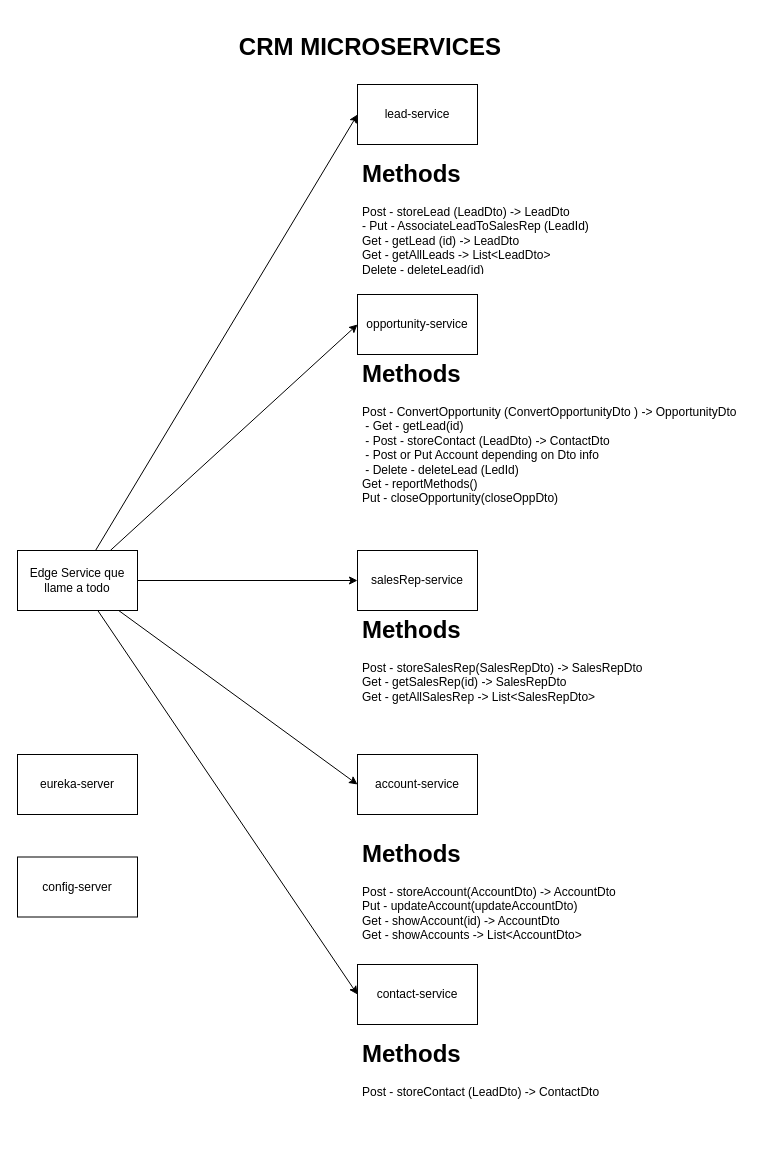
This is Diagrams/microservices-diagram.drawio from AngelSerranone/emof-crm-microservices, a draw.io file, before an edit. Source tidied: cells renumbered, new cells numbered last; positions are measured from the earlier drawing's top-left corner, leaving out a move shared by most shapes. Both pictures are drawn from the tidied source at 100%, with x=0, y=0 at pixel (17, 44).
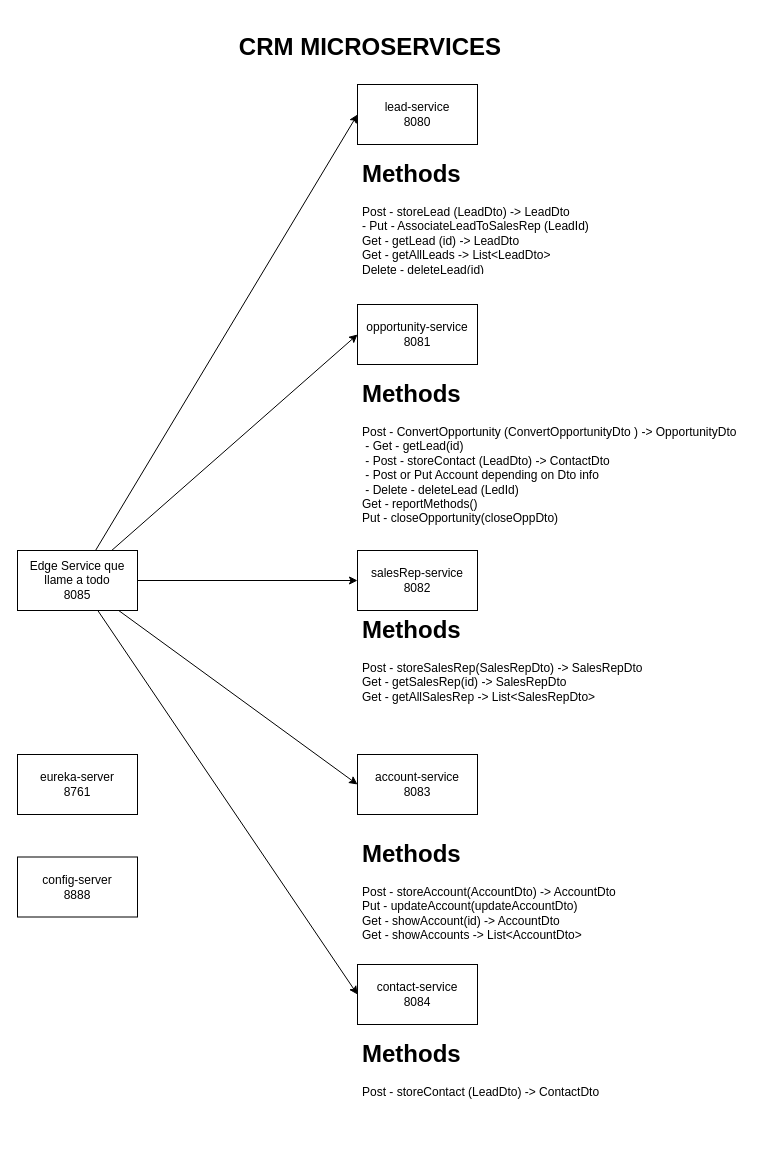
The same page after the edit.

What changed in the source:
```diff
@@
-    <mxCell id="8" value="Edge Service que llame a todo" style="rounded=0;whiteSpace=wrap;html=1;" parent="1" vertex="1">
+    <mxCell id="8" value="Edge Service que llame a todo&lt;br&gt;8085" style="rounded=0;whiteSpace=wrap;html=1;" parent="1" vertex="1">
       <mxGeometry y="506" width="120" height="60" as="geometry" />
     </mxCell>
-    <mxCell id="9" value="lead-service" style="rounded=0;whiteSpace=wrap;html=1;" parent="1" vertex="1">
+    <mxCell id="9" value="lead-service&lt;br&gt;8080" style="rounded=0;whiteSpace=wrap;html=1;" parent="1" vertex="1">
       <mxGeometry x="340" y="40" width="120" height="60" as="geometry" />
     </mxCell>
-    <mxCell id="10" value="opportunity-service" style="rounded=0;whiteSpace=wrap;html=1;" parent="1" vertex="1">
-      <mxGeometry x="340" y="250" width="120" height="60" as="geometry" />
+    <mxCell id="10" value="opportunity-service&lt;br&gt;8081" style="rounded=0;whiteSpace=wrap;html=1;" parent="1" vertex="1">
+      <mxGeometry x="340" y="260" width="120" height="60" as="geometry" />
     </mxCell>
-    <mxCell id="11" value="salesRep-service" style="rounded=0;whiteSpace=wrap;html=1;" parent="1" vertex="1">
+    <mxCell id="11" value="salesRep-service&lt;br&gt;8082" style="rounded=0;whiteSpace=wrap;html=1;" parent="1" vertex="1">
       <mxGeometry x="340" y="506" width="120" height="60" as="geometry" />
     </mxCell>
-    <mxCell id="12" value="contact-service" style="rounded=0;whiteSpace=wrap;html=1;" parent="1" vertex="1">
+    <mxCell id="12" value="contact-service&lt;br&gt;8084" style="rounded=0;whiteSpace=wrap;html=1;" parent="1" vertex="1">
       <mxGeometry x="340" y="920" width="120" height="60" as="geometry" />
     </mxCell>
-    <mxCell id="13" value="account-service" style="rounded=0;whiteSpace=wrap;html=1;" parent="1" vertex="1">
+    <mxCell id="13" value="account-service&lt;br&gt;8083" style="rounded=0;whiteSpace=wrap;html=1;" parent="1" vertex="1">
       <mxGeometry x="340" y="710" width="120" height="60" as="geometry" />
     </mxCell>
@@
     <mxCell id="15" value="&lt;h1&gt;Methods&lt;/h1&gt;&lt;div&gt;Post - ConvertOpportunity (ConvertOpportunityDto&amp;nbsp;) -&amp;gt; OpportunityDto&lt;/div&gt;&lt;div&gt;&amp;nbsp;- Get - getLead(id)&lt;/div&gt;&lt;div&gt;&amp;nbsp;- Post - storeContact (LeadDto) -&amp;gt; ContactDto&lt;/div&gt;&lt;div&gt;&amp;nbsp;- Post or Put Account depending on Dto info&lt;/div&gt;&lt;div&gt;&amp;nbsp;- Delete - deleteLead (LedId)&lt;/div&gt;&lt;div&gt;Get - reportMethods()&lt;/div&gt;&lt;div&gt;Put - closeOpportunity(closeOppDto)&amp;nbsp;&lt;/div&gt;&lt;div&gt;&lt;br&gt;&lt;/div&gt;&lt;div&gt;&lt;br&gt;&lt;/div&gt;" style="text;html=1;strokeColor=none;fillColor=none;spacing=5;spacingTop=-20;whiteSpace=wrap;overflow=hidden;rounded=0;" parent="1" vertex="1">
-      <mxGeometry x="340" y="310" width="390" height="160" as="geometry" />
+      <mxGeometry x="340" y="330" width="390" height="160" as="geometry" />
     </mxCell>
@@
-    <mxCell id="19" value="eureka-server" style="rounded=0;whiteSpace=wrap;html=1;" parent="1" vertex="1">
+    <mxCell id="19" value="eureka-server&lt;br&gt;8761" style="rounded=0;whiteSpace=wrap;html=1;" parent="1" vertex="1">
       <mxGeometry y="710" width="120" height="60" as="geometry" />
     </mxCell>
-    <mxCell id="20" value="config-server" style="rounded=0;whiteSpace=wrap;html=1;" parent="1" vertex="1">
+    <mxCell id="20" value="config-server&lt;br&gt;8888" style="rounded=0;whiteSpace=wrap;html=1;" parent="1" vertex="1">
       <mxGeometry y="812.5" width="120" height="60" as="geometry" />
     </mxCell>
```
